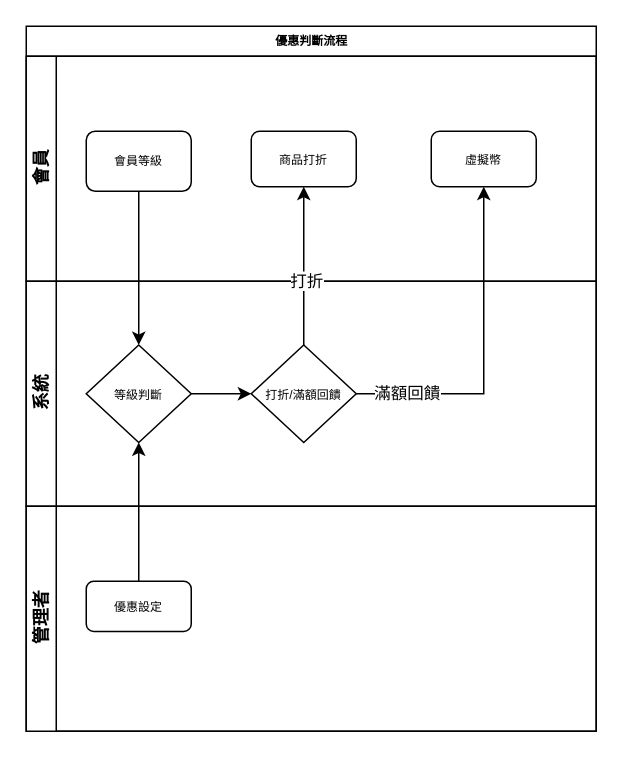
Shenyoyo/ShoppingWeb keeps this draw.io diagram as page "優惠判斷流程" (6 of 7) of 系統規劃/購物網系統流程.drawio. Above is the earlier version. Source tidied: cells renumbered, new cells numbered last; positions are measured from the earlier drawing's top-left corner, leaving out a move shared by most shapes. Both pictures are drawn from the tidied source at 150%, with x=0, y=0 at pixel (26, 26).
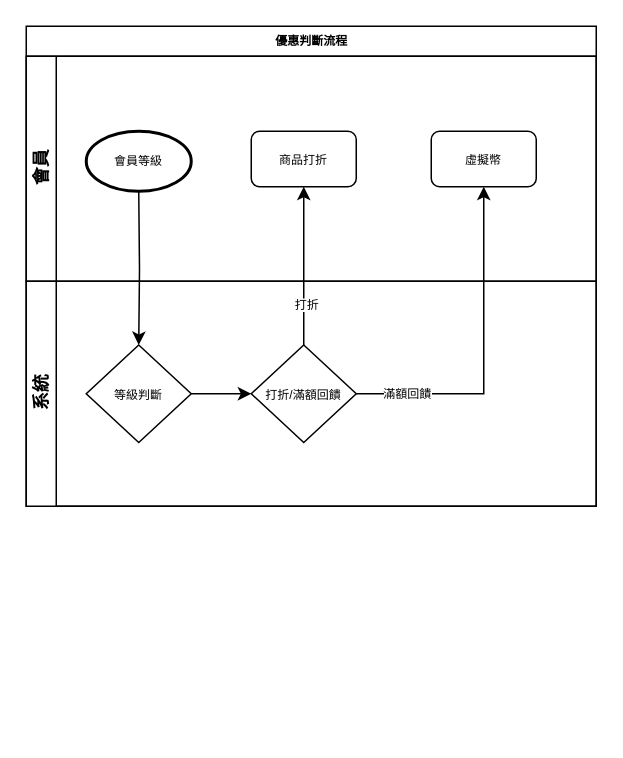
The same page after the edit.

The edit, as a diff of the source:
```diff
@@
 <mxGraphModel>
   <root>
     <mxCell id="0" />
     <mxCell id="1" parent="0" />
     <mxCell id="2" value="優惠判斷流程" style="swimlane;html=1;horizontal=1;startSize=20;rounded=0;shadow=0;labelBackgroundColor=none;strokeWidth=1;fontFamily=Verdana;fontSize=8;align=center;" parent="1" vertex="1">
-      <mxGeometry width="380" height="470" as="geometry" />
+      <mxGeometry width="380" height="320" as="geometry" />
     </mxCell>
     <mxCell id="3" value="會員" style="swimlane;html=1;startSize=20;horizontal=0;flipV=0;" parent="2" vertex="1">
       <mxGeometry y="20" width="380" height="150" as="geometry" />
     </mxCell>
-    <mxCell id="4" value="會員等級" style="rounded=1;whiteSpace=wrap;html=1;shadow=0;labelBackgroundColor=none;strokeWidth=1;fontFamily=Verdana;fontSize=8;align=center;" parent="3" vertex="1">
-      <mxGeometry x="40" y="50" width="70" height="40" as="geometry" />
-    </mxCell>
     <mxCell id="5" value="商品打折" style="rounded=1;whiteSpace=wrap;html=1;shadow=0;labelBackgroundColor=none;strokeWidth=1;fontFamily=Verdana;fontSize=8;align=center;" parent="3" vertex="1">
       <mxGeometry x="150" y="50" width="70" height="37" as="geometry" />
     </mxCell>
     <mxCell id="6" value="虛擬幣" style="rounded=1;whiteSpace=wrap;html=1;shadow=0;labelBackgroundColor=none;strokeWidth=1;fontFamily=Verdana;fontSize=8;align=center;" parent="3" vertex="1">
       <mxGeometry x="270" y="50" width="70" height="37" as="geometry" />
     </mxCell>
+    <mxCell id="4" value="&lt;span style=&quot;font-family: &amp;#34;verdana&amp;#34; ; font-size: 8px&quot;&gt;會員等級&lt;/span&gt;" style="strokeWidth=2;html=1;shape=mxgraph.flowchart.start_1;whiteSpace=wrap;fontSize=9;" parent="3" vertex="1">
+      <mxGeometry x="40" y="50" width="70" height="40" as="geometry" />
+    </mxCell>
     <mxCell id="7" value="系統" style="swimlane;html=1;startSize=20;horizontal=0;" parent="2" vertex="1">
       <mxGeometry y="170" width="380" height="150" as="geometry" />
     </mxCell>
     <mxCell id="8" style="edgeStyle=orthogonalEdgeStyle;rounded=0;jettySize=auto;html=1;exitX=1;exitY=0.5;exitDx=0;exitDy=0;entryX=0;entryY=0.5;entryDx=0;entryDy=0;" parent="7" edge="1" source="9">
       <mxGeometry relative="1" as="geometry">
         <mxPoint x="150" y="75" as="targetPoint" />
       </mxGeometry>
     </mxCell>
     <mxCell id="9" value="&lt;span style=&quot;font-size: 8px&quot;&gt;等級判斷&lt;/span&gt;" style="rhombus;whiteSpace=wrap;html=1;" parent="7" vertex="1">
       <mxGeometry x="40" y="42.5" width="70" height="65" as="geometry" />
     </mxCell>
     <mxCell id="10" value="&lt;span style=&quot;font-size: 8px&quot;&gt;打折/滿額回饋&lt;/span&gt;" style="rhombus;whiteSpace=wrap;html=1;" parent="7" vertex="1">
       <mxGeometry x="150" y="42.5" width="70" height="65" as="geometry" />
     </mxCell>
-    <mxCell id="11" value="管理者" style="swimlane;html=1;startSize=20;horizontal=0;" parent="2" vertex="1">
-      <mxGeometry y="320" width="380" height="150" as="geometry" />
-    </mxCell>
-    <mxCell id="12" value="優惠設定" style="rounded=1;whiteSpace=wrap;html=1;shadow=0;labelBackgroundColor=none;strokeWidth=1;fontFamily=Verdana;fontSize=8;align=center;" parent="11" vertex="1">
-      <mxGeometry x="40" y="50" width="70" height="33.5" as="geometry" />
-    </mxCell>
-    <mxCell id="13" style="edgeStyle=orthogonalEdgeStyle;rounded=0;jettySize=auto;html=1;exitX=0.5;exitY=1;exitDx=0;exitDy=0;entryX=0.5;entryY=0;entryDx=0;entryDy=0;" parent="2" edge="1" source="4" target="9">
-      <mxGeometry relative="1" as="geometry" />
+    <mxCell id="13" style="edgeStyle=orthogonalEdgeStyle;rounded=0;jettySize=auto;html=1;exitX=0.5;exitY=1;exitDx=0;exitDy=0;entryX=0.5;entryY=0;entryDx=0;entryDy=0;" parent="2" edge="1" target="9">
+      <mxGeometry relative="1" as="geometry">
+        <mxPoint x="75" y="110" as="sourcePoint" />
+      </mxGeometry>
     </mxCell>
-    <mxCell id="14" style="edgeStyle=orthogonalEdgeStyle;rounded=0;jettySize=auto;html=1;entryX=0.5;entryY=1;entryDx=0;entryDy=0;" parent="2" edge="1" source="12" target="9">
-      <mxGeometry relative="1" as="geometry" />
-    </mxCell>
     <mxCell id="15" style="edgeStyle=orthogonalEdgeStyle;rounded=0;jettySize=auto;html=1;entryX=0.5;entryY=1;entryDx=0;entryDy=0;" parent="2" edge="1" source="10" target="5">
       <mxGeometry relative="1" as="geometry" />
     </mxCell>
-    <mxCell id="16" value="打折" style="edgeLabel;html=1;align=center;verticalAlign=middle;" parent="15" vertex="1">
-      <mxGeometry x="-0.18" y="-1" relative="1" as="geometry" />
+    <mxCell id="16" value="打折" style="edgeLabel;html=1;align=center;verticalAlign=middle;fontSize=8;" parent="15" vertex="1">
+      <mxGeometry x="-0.18" y="-1" relative="1" as="geometry">
+        <mxPoint y="16" as="offset" />
+      </mxGeometry>
     </mxCell>
     <mxCell id="17" style="edgeStyle=orthogonalEdgeStyle;rounded=0;jettySize=auto;html=1;exitX=1;exitY=0.5;exitDx=0;exitDy=0;entryX=0.5;entryY=1;entryDx=0;entryDy=0;" parent="2" edge="1" source="10" target="6">
       <mxGeometry relative="1" as="geometry" />
     </mxCell>
-    <mxCell id="18" value="滿額回饋" style="edgeLabel;html=1;align=center;verticalAlign=middle;" parent="17" vertex="1">
+    <mxCell id="18" value="滿額回饋" style="edgeLabel;html=1;align=center;verticalAlign=middle;fontSize=8;" parent="17" vertex="1">
       <mxGeometry x="-0.7" y="1" relative="1" as="geometry" />
     </mxCell>
   </root>
 </mxGraphModel>
```
